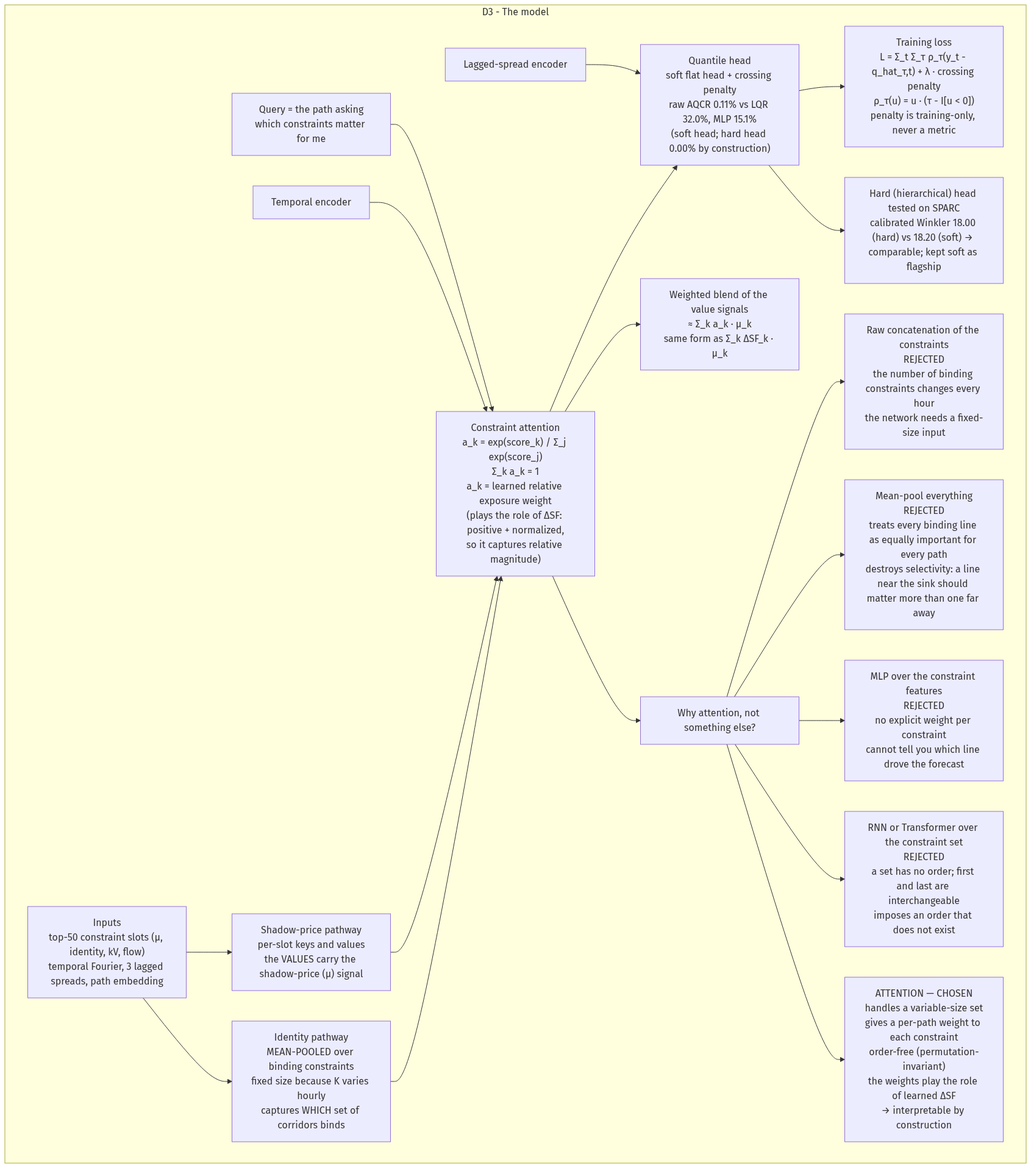
Before: docs/explanation/06-sparc-flow-04-G_D3.png, a diagram exported from Mermaid (L1ZLe/ercot-casp-paper). Its source is kept beside it as docs/explanation/06-sparc-flow-04-G_D3.mmd. Its diagram source:
```mermaid
flowchart TD
subgraph G_D3["D3 - The model"]
    IN["Inputs<br/>top-50 constraint slots (μ, identity, kV, flow)<br/>temporal Fourier, 3 lagged spreads, path embedding"] --> ID
    IN --> MU
    ID["Identity pathway<br/>MEAN-POOLED over binding constraints<br/>fixed size because K varies hourly<br/>captures WHICH set of corridors binds"] --> ATTN_D3
    MU["Shadow-price pathway<br/>per-slot keys and values<br/>the VALUES carry the shadow-price (μ) signal"] --> ATTN_D3
    TEMP["Temporal encoder"] --> ATTN_D3
    Q["Query = the path asking<br/>which constraints matter for me"] --> ATTN_D3
    ATTN_D3["Constraint attention<br/>a_k = exp(score_k) / Σ_j exp(score_j)<br/>Σ_k a_k = 1<br/>a_k = learned relative exposure weight<br/>(plays the role of ΔSF: positive + normalized,<br/>so it captures relative magnitude)"] --> HEAD
    ATTN_D3 --> BLEND["Weighted blend of the value signals<br/>≈ Σ_k a_k · μ_k<br/>same form as Σ_k ΔSF_k · μ_k"]
    HEAD["Quantile head<br/>soft flat head + crossing penalty<br/>raw AQCR 0.11% vs LQR 32.0%, MLP 15.1%<br/>(soft head; hard head 0.00% by construction)"] --> LOSS["Training loss<br/>L = Σ_t Σ_τ ρ_τ(y_t - q_hat_τ,t) + λ · crossing penalty<br/>ρ_τ(u) = u · (τ - I[u &lt; 0])<br/>penalty is training-only, never a metric"]
    HEAD --> HARD2["Hard (hierarchical) head tested on SPARC<br/>calibrated Winkler 18.00 (hard) vs 18.20 (soft) → comparable; kept soft as flagship"]
    LAG["Lagged-spread encoder"] --> HEAD

    ATTN_D3 --> WHY_ROOT["Why attention, not something else?"]
    WHY_ROOT --> A1["Raw concatenation of the constraints<br/>REJECTED<br/>the number of binding constraints changes every hour<br/>the network needs a fixed-size input"]
    WHY_ROOT --> A2["Mean-pool everything<br/>REJECTED<br/>treats every binding line as equally important for every path<br/>destroys selectivity: a line near the sink should matter more than one far away"]
    WHY_ROOT --> A3["MLP over the constraint features<br/>REJECTED<br/>no explicit weight per constraint<br/>cannot tell you which line drove the forecast"]
    WHY_ROOT --> A4["RNN or Transformer over the constraint set<br/>REJECTED<br/>a set has no order; first and last are interchangeable<br/>imposes an order that does not exist"]
    WHY_ROOT --> WIN["ATTENTION — CHOSEN<br/>handles a variable-size set<br/>gives a per-path weight to each constraint<br/>order-free (permutation-invariant)<br/>the weights play the role of learned ΔSF<br/>→ interpretable by construction"]
  end
```
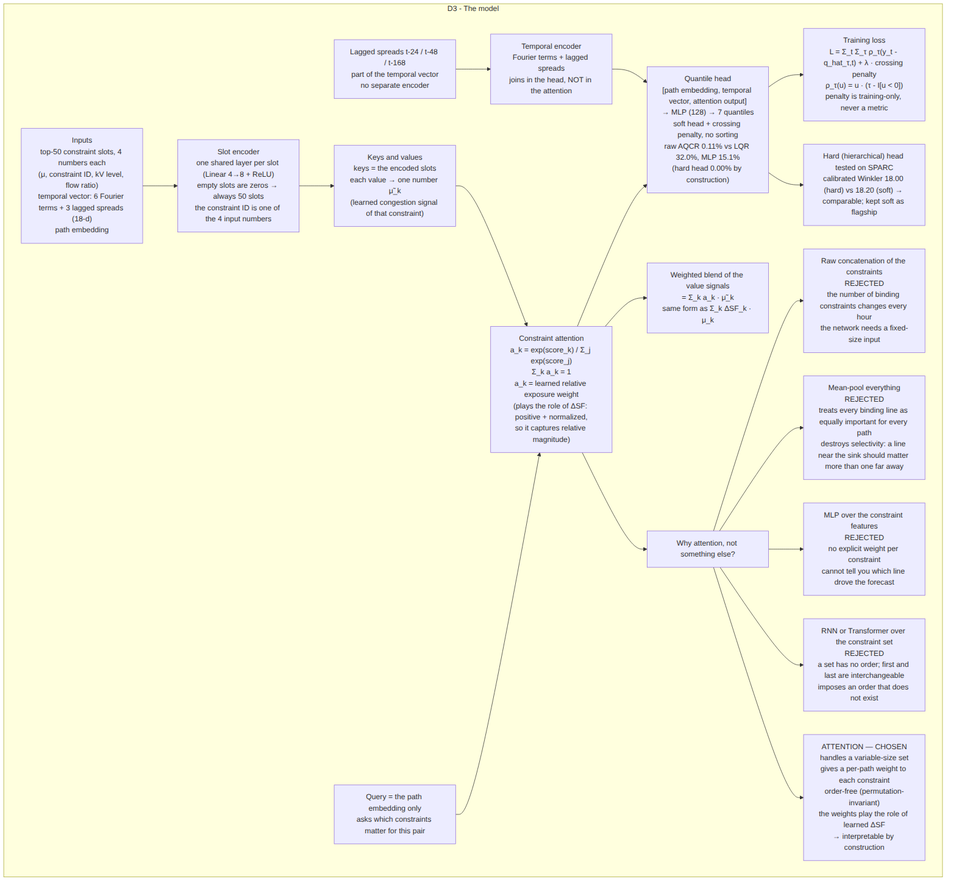
Above is the later version.

The edit, as a diff of the source:
```diff
@@ -1,16 +1,15 @@
 flowchart TD
 subgraph G_D3["D3 - The model"]
-    IN["Inputs<br/>top-50 constraint slots (μ, identity, kV, flow)<br/>temporal Fourier, 3 lagged spreads, path embedding"] --> ID
-    IN --> MU
-    ID["Identity pathway<br/>MEAN-POOLED over binding constraints<br/>fixed size because K varies hourly<br/>captures WHICH set of corridors binds"] --> ATTN_D3
-    MU["Shadow-price pathway<br/>per-slot keys and values<br/>the VALUES carry the shadow-price (μ) signal"] --> ATTN_D3
-    TEMP["Temporal encoder"] --> ATTN_D3
-    Q["Query = the path asking<br/>which constraints matter for me"] --> ATTN_D3
+    IN["Inputs<br/>top-50 constraint slots, 4 numbers each<br/>(μ, constraint ID, kV level, flow ratio)<br/>temporal vector: 6 Fourier terms + 3 lagged spreads (18-d)<br/>path embedding"] --> ID
+    ID["Slot encoder<br/>one shared layer per slot (Linear 4→8 + ReLU)<br/>empty slots are zeros → always 50 slots<br/>the constraint ID is one of the 4 input numbers"] --> MU
+    MU["Keys and values<br/>keys = the encoded slots<br/>each value → one number μ̃_k<br/>(learned congestion signal of that constraint)"] --> ATTN_D3
+    TEMP["Temporal encoder<br/>Fourier terms + lagged spreads<br/>joins in the head, NOT in the attention"] --> HEAD
+    Q["Query = the path embedding only<br/>asks which constraints matter for this pair"] --> ATTN_D3
     ATTN_D3["Constraint attention<br/>a_k = exp(score_k) / Σ_j exp(score_j)<br/>Σ_k a_k = 1<br/>a_k = learned relative exposure weight<br/>(plays the role of ΔSF: positive + normalized,<br/>so it captures relative magnitude)"] --> HEAD
-    ATTN_D3 --> BLEND["Weighted blend of the value signals<br/>≈ Σ_k a_k · μ_k<br/>same form as Σ_k ΔSF_k · μ_k"]
-    HEAD["Quantile head<br/>soft flat head + crossing penalty<br/>raw AQCR 0.11% vs LQR 32.0%, MLP 15.1%<br/>(soft head; hard head 0.00% by construction)"] --> LOSS["Training loss<br/>L = Σ_t Σ_τ ρ_τ(y_t - q_hat_τ,t) + λ · crossing penalty<br/>ρ_τ(u) = u · (τ - I[u &lt; 0])<br/>penalty is training-only, never a metric"]
+    ATTN_D3 --> BLEND["Weighted blend of the value signals<br/>= Σ_k a_k · μ̃_k<br/>same form as Σ_k ΔSF_k · μ_k"]
+    HEAD["Quantile head<br/>[path embedding, temporal vector, attention output]<br/>→ MLP (128) → 7 quantiles<br/>soft head + crossing penalty, no sorting<br/>raw AQCR 0.11% vs LQR 32.0%, MLP 15.1%<br/>(hard head 0.00% by construction)"] --> LOSS["Training loss<br/>L = Σ_t Σ_τ ρ_τ(y_t - q_hat_τ,t) + λ · crossing penalty<br/>ρ_τ(u) = u · (τ - I[u &lt; 0])<br/>penalty is training-only, never a metric"]
     HEAD --> HARD2["Hard (hierarchical) head tested on SPARC<br/>calibrated Winkler 18.00 (hard) vs 18.20 (soft) → comparable; kept soft as flagship"]
-    LAG["Lagged-spread encoder"] --> HEAD
+    LAG["Lagged spreads t-24 / t-48 / t-168<br/>part of the temporal vector<br/>no separate encoder"] --> TEMP
 
     ATTN_D3 --> WHY_ROOT["Why attention, not something else?"]
     WHY_ROOT --> A1["Raw concatenation of the constraints<br/>REJECTED<br/>the number of binding constraints changes every hour<br/>the network needs a fixed-size input"]
```
